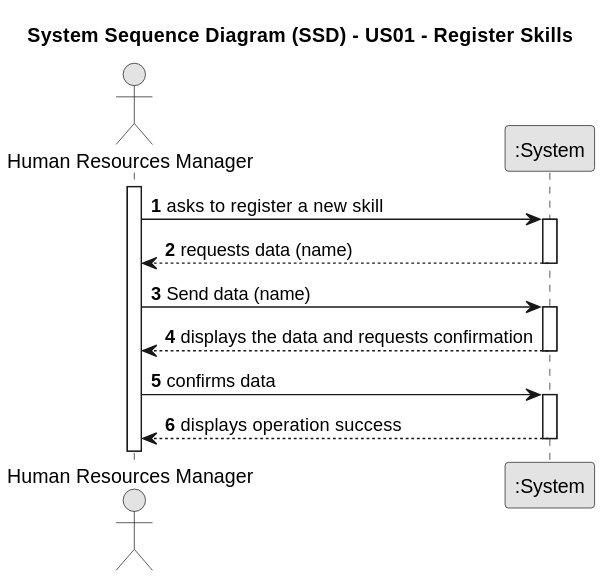
The PlantUML diagram docs/sprintA/us01/01.requirements-engineering/svg/us01-system-sequence-diagram.svg in Departamento-de-Engenharia-Informatica/lei-24-s2-1db-g022, before a commit. The source it was exported from:
```plantuml
@startuml
skinparam monochrome true
skinparam packageStyle rectangle
skinparam shadowing false

title System Sequence Diagram (SSD) - US01 - Register Skills

autonumber

actor "Human Resources Manager" as HRM
participant ":System" as System

activate HRM

    HRM -> System : asks to register a new skill
    activate System

        System --> HRM : requests data (name)
    deactivate System

    HRM->System: Send data (name)
    activate System

        System --> HRM : displays the data and requests confirmation

    deactivate System


    HRM -> System : confirms data
    activate System

        System --> HRM : displays operation success
    deactivate System
@enduml
```
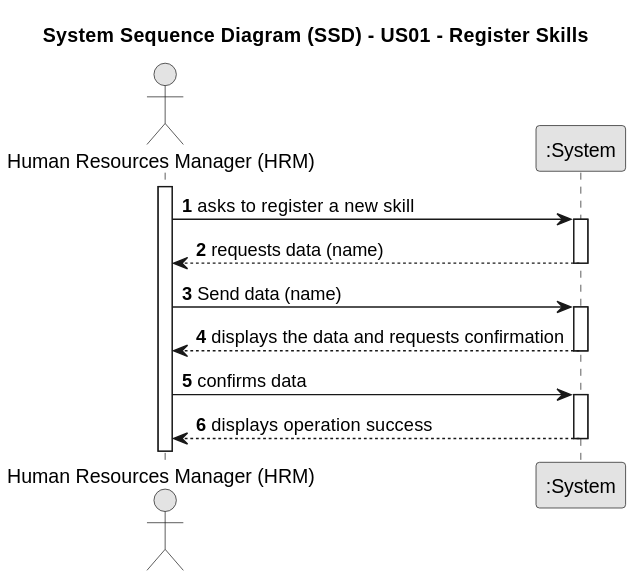
Later version of the same file.

Commit message:
US01 - Rectification of the US01 sequence diagram and addition of new information to the readme

What changed in the source:
```diff
@@ -7,7 +7,7 @@
 
 autonumber
 
-actor "Human Resources Manager" as HRM
+actor "Human Resources Manager (HRM)" as HRM
 participant ":System" as System
 
 activate HRM
```
